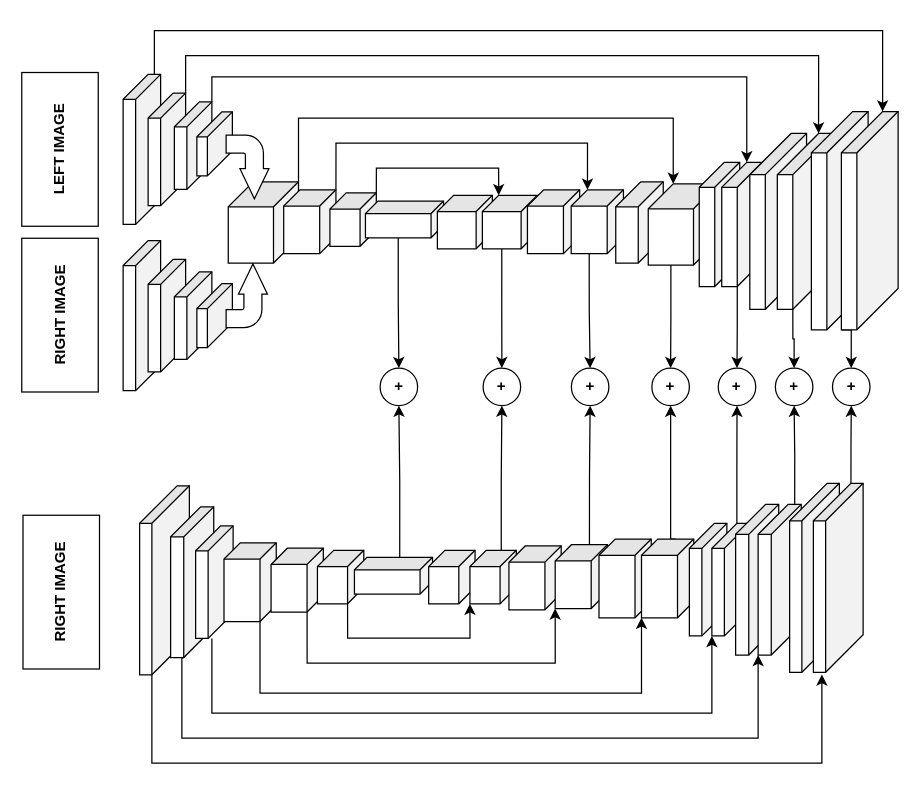
APVGITHUB/stereo-fpga keeps this draw.io diagram as Untitled Diagram.drawio. Above is the earlier version. Source tidied: cells renumbered, new cells numbered last; positions are measured from the earlier drawing's top-left corner, leaving out a move shared by most shapes. Both pictures are drawn from the tidied source at 125%, with x=0, y=0 at pixel (-18, 30).
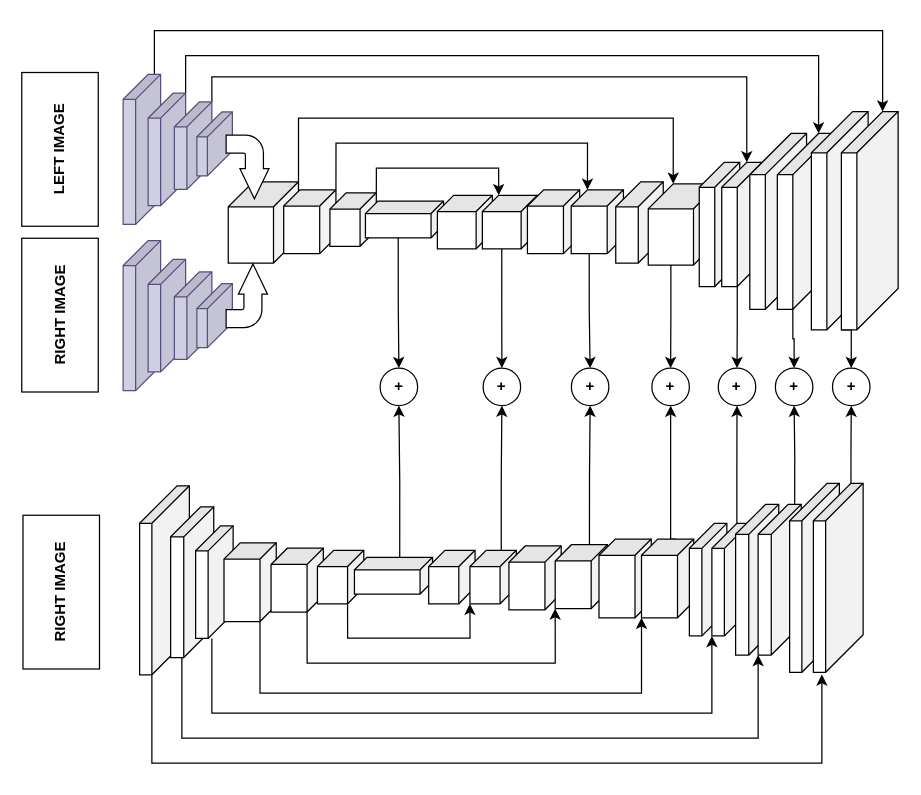
After the change.

The edit, as a diff of the source:
```diff
@@
-    <mxCell id="3" style="shape=cube;whiteSpace=wrap;html=1;boundedLbl=1;backgroundOutline=1;darkOpacity=0.05;darkOpacity2=0.1;rotation=90;" parent="1" vertex="1">
+    <mxCell id="3" style="shape=cube;whiteSpace=wrap;html=1;boundedLbl=1;backgroundOutline=1;darkOpacity=0.05;darkOpacity2=0.1;rotation=90;fillColor=#d0cee2;strokeColor=#56517e;" parent="1" vertex="1">
       <mxGeometry x="67" y="80" width="120" height="30" as="geometry" />
     </mxCell>
@@
-    <mxCell id="5" style="shape=cube;whiteSpace=wrap;html=1;boundedLbl=1;backgroundOutline=1;darkOpacity=0.05;darkOpacity2=0.1;rotation=90;" parent="1" vertex="1">
+    <mxCell id="5" style="shape=cube;whiteSpace=wrap;html=1;boundedLbl=1;backgroundOutline=1;darkOpacity=0.05;darkOpacity2=0.1;rotation=90;fillColor=#d0cee2;strokeColor=#56517e;" parent="1" vertex="1">
       <mxGeometry x="102" y="80" width="90" height="30" as="geometry" />
     </mxCell>
@@
-    <mxCell id="7" style="shape=cube;whiteSpace=wrap;html=1;boundedLbl=1;backgroundOutline=1;darkOpacity=0.05;darkOpacity2=0.1;rotation=90;" parent="1" vertex="1">
+    <mxCell id="7" style="shape=cube;whiteSpace=wrap;html=1;boundedLbl=1;backgroundOutline=1;darkOpacity=0.05;darkOpacity2=0.1;rotation=90;fillColor=#d0cee2;strokeColor=#56517e;" parent="1" vertex="1">
       <mxGeometry x="133" y="77" width="70" height="30" as="geometry" />
     </mxCell>
-    <mxCell id="8" style="shape=cube;whiteSpace=wrap;html=1;boundedLbl=1;backgroundOutline=1;darkOpacity=0.05;darkOpacity2=0.1;rotation=90;" parent="1" vertex="1">
+    <mxCell id="8" style="shape=cube;whiteSpace=wrap;html=1;boundedLbl=1;backgroundOutline=1;darkOpacity=0.05;darkOpacity2=0.1;rotation=90;fillColor=#d0cee2;strokeColor=#56517e;" parent="1" vertex="1">
       <mxGeometry x="67" y="213" width="120" height="30" as="geometry" />
     </mxCell>
-    <mxCell id="9" style="shape=cube;whiteSpace=wrap;html=1;boundedLbl=1;backgroundOutline=1;darkOpacity=0.05;darkOpacity2=0.1;rotation=90;" parent="1" vertex="1">
+    <mxCell id="9" style="shape=cube;whiteSpace=wrap;html=1;boundedLbl=1;backgroundOutline=1;darkOpacity=0.05;darkOpacity2=0.1;rotation=90;fillColor=#d0cee2;strokeColor=#56517e;" parent="1" vertex="1">
       <mxGeometry x="102" y="213" width="90" height="30" as="geometry" />
     </mxCell>
-    <mxCell id="10" style="shape=cube;whiteSpace=wrap;html=1;boundedLbl=1;backgroundOutline=1;darkOpacity=0.05;darkOpacity2=0.1;rotation=90;" parent="1" vertex="1">
+    <mxCell id="10" style="shape=cube;whiteSpace=wrap;html=1;boundedLbl=1;backgroundOutline=1;darkOpacity=0.05;darkOpacity2=0.1;rotation=90;fillColor=#d0cee2;strokeColor=#56517e;" parent="1" vertex="1">
       <mxGeometry x="133" y="213" width="70" height="30" as="geometry" />
     </mxCell>
-    <mxCell id="11" style="shape=cube;whiteSpace=wrap;html=1;boundedLbl=1;backgroundOutline=1;darkOpacity=0.05;darkOpacity2=0.1;rotation=90;" parent="1" vertex="1">
+    <mxCell id="11" style="shape=cube;whiteSpace=wrap;html=1;boundedLbl=1;backgroundOutline=1;darkOpacity=0.05;darkOpacity2=0.1;rotation=90;fillColor=#d0cee2;strokeColor=#56517e;" parent="1" vertex="1">
       <mxGeometry x="159.6" y="76.4" width="51.2" height="28.4" as="geometry" />
     </mxCell>
-    <mxCell id="12" style="shape=cube;whiteSpace=wrap;html=1;boundedLbl=1;backgroundOutline=1;darkOpacity=0.05;darkOpacity2=0.1;rotation=90;" parent="1" vertex="1">
+    <mxCell id="12" style="shape=cube;whiteSpace=wrap;html=1;boundedLbl=1;backgroundOutline=1;darkOpacity=0.05;darkOpacity2=0.1;rotation=90;fillColor=#d0cee2;strokeColor=#56517e;" parent="1" vertex="1">
       <mxGeometry x="159.6" y="213.8" width="51.2" height="28.4" as="geometry" />
     </mxCell>
```
